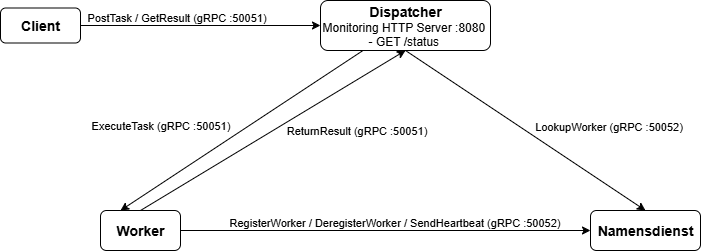
The draw.io diagram documentation/Images/Architekturdiagramm.drawio.png in soniaasni/VerteilteSysteme-TaskGrid-, before a commit. Source tidied: cells renumbered, new cells last; positions are measured from the earlier drawing's top-left corner, leaving out a move shared by most shapes.
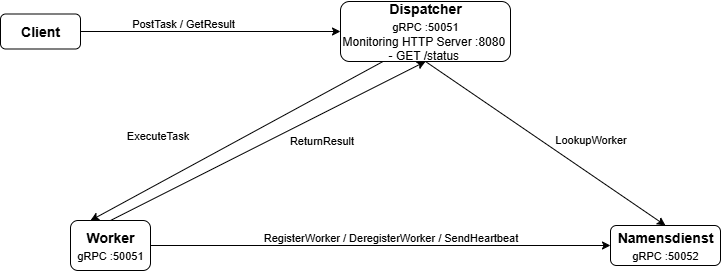
The same diagram one commit later.

What changed in the source:
```diff
@@ -3,16 +3,16 @@
     <mxCell id="0" />
     <mxCell id="1" parent="0" />
     <mxCell id="2" value="&lt;font style=&quot;font-size: 14px;&quot;&gt;&lt;b&gt;Client&lt;/b&gt;&lt;/font&gt;" style="rounded=1;whiteSpace=wrap;html=1;" parent="1" vertex="1">
-      <mxGeometry y="7.5" width="80" height="35" as="geometry" />
+      <mxGeometry x="-20" y="2.5" width="80" height="35" as="geometry" />
     </mxCell>
-    <mxCell id="3" value="&lt;font style=&quot;font-size: 14px;&quot;&gt;&lt;b style=&quot;&quot;&gt;Dispatcher&lt;/b&gt;&lt;/font&gt;&lt;div&gt;Monitoring&amp;nbsp;&lt;span style=&quot;background-color: transparent; color: light-dark(rgb(0, 0, 0), rgb(255, 255, 255));&quot;&gt;HTTP Server :8080&amp;nbsp;&lt;/span&gt;&lt;/div&gt;&lt;div&gt;&lt;span style=&quot;background-color: transparent; color: light-dark(rgb(0, 0, 0), rgb(255, 255, 255));&quot;&gt;- GET /status&amp;nbsp;&lt;/span&gt;&lt;/div&gt;" style="rounded=1;whiteSpace=wrap;html=1;" parent="1" vertex="1">
-      <mxGeometry x="320" width="170" height="50" as="geometry" />
+    <mxCell id="3" value="&lt;font style=&quot;font-size: 14px;&quot;&gt;&lt;b style=&quot;&quot;&gt;Dispatcher&lt;/b&gt;&lt;/font&gt;&lt;div&gt;&lt;span style=&quot;font-size: 11px; text-wrap-mode: nowrap; background-color: rgb(255, 255, 255);&quot;&gt;gRPC :50051&lt;/span&gt;&lt;span style=&quot;font-size: 14px;&quot;&gt;&lt;b&gt;&lt;br&gt;&lt;/b&gt;&lt;/span&gt;&lt;div&gt;Monitoring&amp;nbsp;&lt;span style=&quot;background-color: transparent; color: light-dark(rgb(0, 0, 0), rgb(255, 255, 255));&quot;&gt;HTTP Server :8080&amp;nbsp;&lt;/span&gt;&lt;/div&gt;&lt;div&gt;&lt;span style=&quot;background-color: transparent; color: light-dark(rgb(0, 0, 0), rgb(255, 255, 255));&quot;&gt;- GET /status&amp;nbsp;&lt;/span&gt;&lt;/div&gt;&lt;/div&gt;" style="rounded=1;whiteSpace=wrap;html=1;" parent="1" vertex="1">
+      <mxGeometry x="320" y="-10" width="170" height="60" as="geometry" />
     </mxCell>
-    <mxCell id="4" value="&lt;b&gt;&lt;font style=&quot;font-size: 14px;&quot;&gt;Namensdienst&lt;/font&gt;&lt;/b&gt;" style="rounded=1;whiteSpace=wrap;html=1;" parent="1" vertex="1">
-      <mxGeometry x="590" y="210" width="110" height="40" as="geometry" />
+    <mxCell id="4" value="&lt;b&gt;&lt;font style=&quot;font-size: 14px;&quot;&gt;Namensdienst&lt;/font&gt;&lt;/b&gt;&lt;div&gt;&lt;span style=&quot;font-size: 11px; text-wrap-mode: nowrap; background-color: rgb(255, 255, 255);&quot;&gt;gRPC :50052&lt;/span&gt;&lt;b&gt;&lt;font style=&quot;font-size: 14px;&quot;&gt;&lt;/font&gt;&lt;/b&gt;&lt;/div&gt;" style="rounded=1;whiteSpace=wrap;html=1;" parent="1" vertex="1">
+      <mxGeometry x="590" y="214" width="110" height="40" as="geometry" />
     </mxCell>
-    <mxCell id="5" value="&lt;b&gt;&lt;font style=&quot;font-size: 14px;&quot;&gt;Worker&lt;/font&gt;&lt;/b&gt;" style="rounded=1;whiteSpace=wrap;html=1;" parent="1" vertex="1">
-      <mxGeometry x="100" y="210" width="80" height="40" as="geometry" />
+    <mxCell id="5" value="&lt;b&gt;&lt;font style=&quot;font-size: 14px;&quot;&gt;Worker&lt;/font&gt;&lt;/b&gt;&lt;div&gt;&lt;span style=&quot;font-size: 11px; text-wrap-mode: nowrap; background-color: rgb(255, 255, 255);&quot;&gt;gRPC :50051&lt;/span&gt;&lt;b&gt;&lt;font style=&quot;font-size: 14px;&quot;&gt;&lt;/font&gt;&lt;/b&gt;&lt;/div&gt;" style="rounded=1;whiteSpace=wrap;html=1;" parent="1" vertex="1">
+      <mxGeometry x="50" y="209" width="80" height="50" as="geometry" />
     </mxCell>
     <mxCell id="6" style="endArrow=classic;html=1;rounded=0;exitX=1;exitY=0.5;exitDx=0;exitDy=0;entryX=0;entryY=0.5;entryDx=0;entryDy=0;verticalAlign=top;" parent="1" edge="1" source="2" target="3">
       <mxGeometry relative="1" as="geometry" />
@@ -20,13 +20,13 @@
     <mxCell id="7" value="&lt;div style=&quot;color: rgb(204, 204, 204); font-family: Consolas, &amp;quot;Courier New&amp;quot;, monospace; font-size: 14px; line-height: 19px; white-space-collapse: preserve;&quot;&gt;&lt;br&gt;&lt;/div&gt;" style="edgeLabel;html=1;align=center;verticalAlign=top;" parent="6" vertex="1">
       <mxGeometry x="-0.19" y="1" relative="1" as="geometry" />
     </mxCell>
-    <mxCell id="8" value="PostTask / GetResult (gRPC :50051)" style="edgeLabel;html=1;align=center;verticalAlign=bottom;" parent="6" vertex="1">
+    <mxCell id="8" value="PostTask / GetResult&amp;nbsp;" style="edgeLabel;html=1;align=center;verticalAlign=bottom;" parent="6" vertex="1">
       <mxGeometry x="-0.21" relative="1" as="geometry" />
     </mxCell>
     <mxCell id="9" style="endArrow=classic;html=1;rounded=0;exitX=0.25;exitY=1;exitDx=0;exitDy=0;entryX=0.25;entryY=0;entryDx=0;entryDy=0;" parent="1" edge="1" source="3" target="5">
       <mxGeometry relative="1" as="geometry" />
     </mxCell>
-    <mxCell id="10" value="ExecuteTask (gRPC :50051)" style="edgeLabel;html=1;align=center;verticalAlign=bottom;" parent="9" vertex="1">
+    <mxCell id="10" value="ExecuteTask" style="edgeLabel;html=1;align=center;verticalAlign=bottom;" parent="9" vertex="1">
       <mxGeometry x="-0.05" y="3" relative="1" as="geometry">
         <mxPoint x="-89" y="4" as="offset" />
       </mxGeometry>
@@ -34,23 +34,23 @@
     <mxCell id="11" style="endArrow=classic;html=1;rounded=0;exitX=0.5;exitY=1;exitDx=0;exitDy=0;entryX=0.5;entryY=0;entryDx=0;entryDy=0;" parent="1" edge="1" source="3" target="4">
       <mxGeometry relative="1" as="geometry" />
     </mxCell>
-    <mxCell id="12" value="LookupWorker (gRPC :50052)" style="edgeLabel;html=1;align=center;verticalAlign=middle;" parent="11" vertex="1">
+    <mxCell id="12" value="LookupWorker" style="edgeLabel;html=1;align=center;verticalAlign=middle;" parent="11" vertex="1">
       <mxGeometry y="-2" relative="1" as="geometry">
-        <mxPoint x="84" y="-6" as="offset" />
+        <mxPoint x="46" y="-6" as="offset" />
       </mxGeometry>
     </mxCell>
     <mxCell id="13" style="endArrow=classic;html=1;rounded=0;exitX=1;exitY=0.5;exitDx=0;exitDy=0;entryX=0;entryY=0.5;entryDx=0;entryDy=0;" parent="1" edge="1" source="5" target="4">
       <mxGeometry relative="1" as="geometry" />
     </mxCell>
-    <mxCell id="14" value="RegisterWorker / DeregisterWorker / SendHeartbeat (gRPC :50052)" style="edgeLabel;html=1;align=center;verticalAlign=bottom;" parent="13" vertex="1">
+    <mxCell id="14" value="RegisterWorker / DeregisterWorker / SendHeartbeat" style="edgeLabel;html=1;align=center;verticalAlign=bottom;" parent="13" vertex="1">
       <mxGeometry x="0.04" relative="1" as="geometry" />
     </mxCell>
     <mxCell id="15" style="endArrow=classic;html=1;rounded=0;exitX=0.5;exitY=0;exitDx=0;exitDy=0;entryX=0.5;entryY=1;entryDx=0;entryDy=0;" parent="1" edge="1" source="5" target="3">
       <mxGeometry relative="1" as="geometry" />
     </mxCell>
-    <mxCell id="16" value="ReturnResult (gRPC :50051)" style="edgeLabel;html=1;align=center;verticalAlign=middle;" parent="15" vertex="1">
+    <mxCell id="16" value="ReturnResult" style="edgeLabel;html=1;align=center;verticalAlign=middle;" parent="15" vertex="1">
       <mxGeometry x="0.03" y="-2" relative="1" as="geometry">
-        <mxPoint x="78" as="offset" />
+        <mxPoint x="47" as="offset" />
       </mxGeometry>
     </mxCell>
   </root>
```
